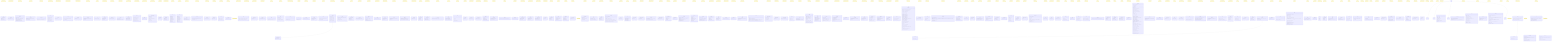
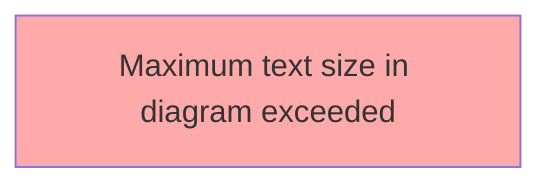
classDiagram
    class AppliedPresetTag {
        <<interface>>
        +name: string
        +orbitButton: ButtonToken
        +panButton: ButtonToken
    }
    note for AppliedPresetTag "src/render/cameraControls.ts"
    class ArchiveActions {
        <<interface>>
        +readonly canResume: boolean
        +readonly canReview: boolean
    }
    note for ArchiveActions "src/ui/widgets/archiveModel.ts"
    class ArchiveDeps {
        <<interface>>
        +readonly doc: Document
        +listArchive(): Promise~readonly ArchiveListing[]~
        +popScope(): void
        +pushScope(scope: ArchiveScope): void
        +registerOpenArchive(open: () =~ void): void
        +resumeArchived(id: string): Promise~void~
        +reviewArchived(id: string): Promise~void~
    }
    note for ArchiveDeps "src/ui/widgets/archive.ts"
    class ArchivedMeta {
        <<interface>>
        +readonly players: Readonly~Record~string, string~~
        +readonly result: string
        +readonly startedAt: number
    }
    note for ArchivedMeta "src/persist/archive.ts"
    class ArchiveInspect {
        <<interface>>
        +getEndState(): EndState
        +listArchive(): Promise~readonly ArchiveListing[]~
    }
    note for ArchiveInspect "src/debug/window.ts"
    class ArchiveItem {
        <<interface>>
        +readonly canResume: boolean
        +readonly canReview: boolean
        +readonly conflicted: boolean
        +readonly headHash: string
        +readonly id: string
        +readonly playersLabel: string
        +readonly result: string
        +readonly startedAt: number
    }
    note for ArchiveItem "src/ui/widgets/archiveModel.ts"
    class ArchiveListing {
        <<interface>>
        +readonly id: string
        +readonly meta: ArchiveListingMeta
    }
    note for ArchiveListing "src/ui/widgets/archiveModel.ts"
    class ArchiveListingMeta {
        <<interface>>
        +readonly headHash: string
        +readonly players: Readonly~Record~string, string~~
        +readonly result: string
        +readonly startedAt: number
    }
    note for ArchiveListingMeta "src/ui/widgets/archiveModel.ts"
    class ArchiveModel {
        <<interface>>
        +readonly isEmpty: boolean
        +readonly items: readonly ArchiveItem[]
    }
    note for ArchiveModel "src/ui/widgets/archiveModel.ts"
    class ArchiveScope {
        <<interface>>
        +readonly bindings: Readonly~Record~string, string~~
        +readonly blocking: true
        +readonly id: string
    }
    note for ArchiveScope "src/ui/widgets/archive.ts"
    class Axis {
        <<interface>>
        +readonly category: LineCategory
        +readonly vec: Coord
    }
    note for Axis "src/core/axes.ts"
    class BannerButton {
        <<interface>>
        +readonly commandId: string
        +readonly enabled: boolean
        +readonly label: string
    }
    note for BannerButton "src/ui/widgets/bannerModel.ts"
    class BannerContext {
        <<interface>>
        +readonly history: BannerHistory
        +readonly offTurnBlocks: number
+         +readonly undoRedoPrompt: UndoRedoPrompt
    }
    note for BannerContext "src/ui/widgets/banner.ts"
    class BannerDeps {
        <<interface>>
        +readonly doc: Document
        +dispatch(commandId: string): boolean
+         +respondUndoRedo(accepted: boolean): boolean
    }
    note for BannerDeps "src/ui/widgets/banner.ts"
    class BannerHistory {
        <<interface>>
        +readonly canRedo: boolean
        +readonly canReset: boolean
        +readonly canUndo: boolean
    }
    note for BannerHistory "src/ui/widgets/bannerModel.ts"
    class BannerModel {
        <<interface>>
        +readonly blackCaptures: number
        +readonly blackCapturesLabel: string
        +readonly buttons: readonly BannerButton[]
        +readonly capturesSeparator: string
        +readonly player: Player
        +readonly status: 'turn' | 'winner'
        +readonly whiteCaptures: number
        +readonly whiteCapturesLabel: string
    }
    note for BannerModel "src/ui/widgets/bannerModel.ts"
    class BoardConfig {
        <<interface>>
        +readonly size: number
    }
    note for BoardConfig "src/ui/widgets/settingsModel.ts"
    class CameraPresetReadout {
        <<interface>>
        +maxDistance: number
        +minDistance: number
        +mouseButtons: Object
        +name: string
        +orbitButton: 'LEFT' | 'MIDDLE' | 'RIGHT'
        +panButton: 'LEFT' | 'MIDDLE' | 'RIGHT'
        +panSpeed: number
        +rotateSpeed: number
        +zoomSpeed: number
        +zoomToCursor: boolean
    }
    note for CameraPresetReadout "src/render/cameraControls.ts"
    class CameraReadout {
        <<interface>>
        +position: Object
        +target: Object
    }
    note for CameraReadout "src/render/scene.ts"
    class ColorFieldModel {
        <<interface>>
        +readonly key: string
        +readonly label: string
        +readonly value: string
    }
    note for ColorFieldModel "src/ui/widgets/settingsModel.ts"
    class ColorsPreview {
        <<interface>>
        +background: string
        +blackPiece: string
        +emptySphere: string
        +hoverHighlight: string
        +lineFaceDiagonal: string
        +lineOpacity: number
        +lineOrthogonal: string
        +lineSpaceDiagonal: string
        +tempPiece: string
        +whitePiece: string
        +winningLine: string
    }
    note for ColorsPreview "src/render/scene.ts"
    class ColorsReadout {
        <<interface>>
        +background: string
        +blackPiece: string
        +emptySphere: string
        +hoverHighlight: string
        +lineFaceDiagonal: string
        +lineOpacity: number
        +lineOrthogonal: string
        +lineSpaceDiagonal: string
        +tempPiece: string
        +whitePiece: string
        +winningLine: string
    }
    note for ColorsReadout "src/render/scene.ts"
    class Command {
        <<interface>>
        +readonly id: CommandId
        +run(ctx: CommandContext): void
    }
    note for Command "src/input/commands.ts"
    class CommandRegistry {
        <<interface>>
        +dispatch(id: CommandId, ctx: CommandContext): boolean
        +get(id: CommandId): Command | undefined
        +has(id: CommandId): boolean
        +ids(): CommandId[]
    }
    note for CommandRegistry "src/input/commands.ts"
    class ConfirmResult {
        <<interface>>
        +readonly commit: Coord | null
        +readonly next: TempPlacement
    }
    note for ConfirmResult "src/input/placement.ts"
    class ConflictedGame {
        <<interface>>
        +readonly mine: Game
        +readonly theirs: Game
    }
    note for ConflictedGame "src/persist/archive.ts"
    class ConflictedRecord {
        <<interface>>
        +readonly forks: Object
        +readonly size: number
    }
    note for ConflictedRecord "src/persist/archive.ts"
    class ConflictInput {
        <<interface>>
        +readonly meta: ArchivedMeta
        +readonly mineLog: EventLog
        +readonly size: number
        +readonly theirsLog: EventLog
    }
    note for ConflictInput "src/persist/archive.ts"
    class ConnectOptions {
        <<interface>>
        +readonly password: string
    }
    note for ConnectOptions "src/net/transport.ts"
    class ControlPreset {
        <<interface>>
        +readonly invertY: boolean
        +readonly maxDistance: number
        +readonly minDistance: number
        +readonly orbit: Gesture
        +readonly orbitSpeed: number
        +readonly pan: Gesture
        +readonly panSpeed: number
        +readonly zoom: Gesture
        +readonly zoomSpeed: number
        +readonly zoomToCursor: boolean
    }
    note for ControlPreset "src/render/cameraPresets.ts"
    class ControlsConfig {
        <<interface>>
        +readonly preset: string
        +readonly presets: Readonly~Record~string, ControlPreset~~
    }
    note for ControlsConfig "src/render/cameraPresets.ts"
    class ControlsConfig {
        <<interface>>
        +readonly preset: string
        +readonly presets: Readonly~Record~string, unknown~~
    }
    note for ControlsConfig "src/ui/widgets/settingsModel.ts"
    class DragGuardConfig {
        <<interface>>
        +readonly enabled: boolean
        +readonly thresholdPx: number
    }
    note for DragGuardConfig "src/input/pointerGesture.ts"
    class EditableProbe {
        <<interface>>
        +readonly isContentEditable: boolean
        +readonly tagName: string
    }
    note for EditableProbe "src/input/keybindings.ts"
    class Emitter {
        <<interface>>
        +emit(payload: T): void
        +subscribe(fn: (payload: T) =~ void): () =~ void
    }
    note for Emitter "src/util/emitter.ts"
    class EndState {
        <<interface>>
        +readonly iWon: boolean
+         +readonly rematchPrompt: string | null
        +readonly rematchUi: RematchUi
        +readonly resultText: string
        +readonly show: boolean
        +readonly winReason: WinReason | null
        +readonly winner: Player | null
    }
    note for EndState "src/net/endState.ts"
    class EndStateOverlayDeps {
        <<interface>>
        +readonly doc: Document
        +getEndState(): EndState
        +proposeRematch(): boolean
        +respondRematch(accepted: boolean): boolean
    }
    note for EndStateOverlayDeps "src/ui/widgets/endStateOverlay.ts"
    class Entry {
        <<interface>>
        +fn: (payload: T) =~ void
    }
    note for Entry "src/util/emitter.ts"
    class EventLog {
        <<interface>>
        +readonly entries: readonly LogEntry[]
    }
    note for EventLog "src/core/eventLog.ts"
    class GameExport {
        <<interface>>
        +readonly log: readonly Event[]
        +readonly settings: GameSettings
        +readonly size: number
    }
    note for GameExport "src/core/serialize.ts"
    class GameMeta {
        <<interface>>
        +readonly headHash: string
        +readonly players: Readonly~Record~string, string~~
        +readonly result: string
        +readonly startedAt: number
    }
    note for GameMeta "src/persist/db.ts"
    class GameRecord {
        <<interface>>
        +readonly id: string
        +readonly log: readonly Readonly~Record~string, unknown~~[]
        +readonly meta: GameMeta
    }
    note for GameRecord "src/persist/db.ts"
    class GameState {
        <<interface>>
        +readonly captures: Readonly~Record~Player, number~~
        +readonly pieces: Readonly~Record~NodeKey, Player~~
        +readonly size: number
        +readonly turn: Player
        +readonly winner: Player | null
        +readonly winningLine: readonly NodeKey[]
    }
    note for GameState "src/core/gameState.ts"
    class GenerateLineResult {
        <<interface>>
        +readonly line: Line
        +readonly ok: boolean
        +readonly warning: string
    }
    note for GenerateLineResult "src/core/lines.ts"
    class HandshakeState {
        <<interface>>
        +readonly pending: PendingProposal | null
        +readonly resolution: Resolution | null
    }
    note for HandshakeState "src/net/handshake.ts"
    class HelpDeps {
        <<interface>>
        +readonly doc: Document
        +getHelpSources(): HelpSources
        +popScope(): void
        +pushScope(scope: HelpScope): void
        +registerOpenHelp(open: () =~ void): void
    }
    note for HelpDeps "src/ui/widgets/help.ts"
    class HelpModel {
        <<interface>>
        +readonly rows: readonly HelpRow[]
    }
    note for HelpModel "src/ui/widgets/helpModel.ts"
    class HelpRow {
        <<interface>>
        +readonly commandId: string
        +readonly keys: readonly string[]
        +readonly label: string
    }
    note for HelpRow "src/ui/widgets/helpModel.ts"
    class HelpScope {
        <<interface>>
        +readonly bindings: Readonly~Record~string, string~~
        +readonly blocking: true
        +readonly id: string
    }
    note for HelpScope "src/ui/widgets/help.ts"
    class HelpSources {
        <<interface>>
        +readonly bindings: Readonly~Record~string, string~~
        +readonly commandIds: readonly string[]
        +readonly labels: Readonly~Record~string, string~~
    }
    note for HelpSources "src/ui/widgets/helpModel.ts"
    class HistoryFacts {
        <<interface>>
        +readonly maxPly: number
        +readonly viewedPly: number
    }
    note for HistoryFacts "src/ui/widgets/sliderModel.ts"
    class HistoryReadout {
        <<interface>>
        +maxPly: number
        +scrubbing: boolean
        +viewedPly: number
    }
    note for HistoryReadout "src/render/scene.ts"
    class HistorySliderDeps {
        <<interface>>
        +readonly doc: Document
        +getHistory(): HistoryFacts
        +scrubTo(k: number): void
    }
    note for HistorySliderDeps "src/ui/widgets/historySlider.ts"
    class HoverLookup {
        <<interface>>
        +readonly byId: ReadonlyMap~LineId, LineRef~
        +readonly linesThrough: ReadonlyMap~NodeKey, readonly LineRef[]~
    }
    note for HoverLookup "src/render/hover.ts"
    class HoverTarget {
        <<interface>>
        +readonly lines: readonly LineId[]
        +readonly nodes: readonly NodeKey[]
        +readonly pieces: readonly NodeKey[]
    }
    note for HoverTarget "src/render/hover.ts"
    class InputHandle {
        <<interface>>
        +readonly registry: CommandRegistry
        +dispatch(id: string): boolean
        +dispose(): void
        +handleChord(chord: string): KeyResolution
        +pop(): void
        +push(scope: Scope): void
        +readout(): InputReadout
        +stack(): ScopeStack
    }
    note for InputHandle "src/input/setup.ts"
    class InputReadout {
        <<interface>>
        +commands: string[]
        +scopes: string[]
    }
    note for InputReadout "src/input/setup.ts"
    class InstanceRange {
        <<interface>>
        +readonly count: number
        +readonly start: number
    }
    note for InstanceRange "src/render/linesLayout.ts"
    class KeybindingRow {
        <<interface>>
        +readonly commandId: string
        +readonly key: string
    }
    note for KeybindingRow "src/ui/widgets/settingsModel.ts"
    class KeyChordEvent {
        <<interface>>
        +readonly altKey: boolean
        +readonly ctrlKey: boolean
        +readonly key: string
        +readonly metaKey: boolean
        +readonly shiftKey: boolean
    }
    note for KeyChordEvent "src/input/keybindings.ts"
    class KeyResolution {
        <<interface>>
        +readonly commandId: CommandId | null
        +readonly handled: boolean
        +readonly scopeId: string | null
    }
    note for KeyResolution "src/input/scopes.ts"
    class LayoutConfig {
        <<interface>>
        +readonly widgets: Readonly~Record~string, WidgetPlacement~~
    }
    note for LayoutConfig "src/ui/layout.ts"
    class LayoutReadout {
        <<interface>>
        +zones: Record~string, string[]~
    }
    note for LayoutReadout "src/ui/container.ts"
    class LifecycleObservation {
        <<interface>>
        +readonly generation: number
        +readonly hasWinner: boolean
        +readonly ply: number
    }
    note for LifecycleObservation "src/persist/gameLifecycle.ts"
    class LifecycleState {
        <<interface>>
        +readonly finalized: boolean
        +readonly generation: number
        +readonly ply: number
    }
    note for LifecycleState "src/persist/gameLifecycle.ts"
    class LifecycleTransition {
        <<interface>>
        +readonly finalizeCurrent: boolean
        +readonly mintFresh: boolean
        +readonly next: LifecycleState
    }
    note for LifecycleTransition "src/persist/gameLifecycle.ts"
    class LightingConfig {
        <<interface>>
        +ambient: Object
        +directional: Object
    }
    note for LightingConfig "src/render/sceneConfig.ts"
    class LightingReadout {
        <<interface>>
        +ambient: Object
        +background: number
        +directional: Object
    }
    note for LightingReadout "src/render/scene.ts"
    class Line {
        <<interface>>
        +readonly axisIndex: number
        +readonly category: LineCategory
        +readonly entryNode: Coord
        +readonly id: LineId
        +readonly nodes: Coord[]
    }
    note for Line "src/core/lines.ts"
    class LineColorsConfig {
        <<interface>>
        +hoverHighlight: string
        +lineFaceDiagonal: string
        +lineOpacity: number
        +lineOrthogonal: string
        +lineSpaceDiagonal: string
    }
    note for LineColorsConfig "src/render/lines.ts"
    class LineGeometryConfig {
        <<interface>>
        +lineThickness: number
        +spacing: number
    }
    note for LineGeometryConfig "src/render/lines.ts"
    class LineGroup {
        <<interface>>
        +readonly lines: readonly Line[]
        +readonly rangeOf: ReadonlyMap~LineId, InstanceRange~
        +readonly segmentCount: number
        +readonly segments: readonly LineSegment[]
    }
    note for LineGroup "src/render/linesLayout.ts"
    class LineGroupReadout {
        <<interface>>
        +blending: BlendMode
        +category: LineCategory
        +highlightedSegmentCount: number
        +lineCount: number
        +segmentCount: number
        +visible: boolean
    }
    note for LineGroupReadout "src/render/lines.ts"
    class LineRef {
        <<interface>>
        +readonly category: LineCategory
        +readonly id: LineId
        +readonly nodeKeys: readonly NodeKey[]
    }
    note for LineRef "src/render/hover.ts"
    class LineSegment {
        <<interface>>
        +readonly a: Coord
        +readonly b: Coord
        +readonly lineId: LineId
    }
    note for LineSegment "src/render/linesLayout.ts"
    class LinesHandle {
        <<interface>>
        +readonly object: THREE.Group
        +dispose(): void
        +getVisibleLines(): LineGroupReadout[]
        +highlight(lineIds: readonly LineId[]): void
        +pickables(): Object[]
        +rangeOf(category: LineCategory, lineId: LineId): Object | null
        +setBaseColor(category: LineCategory, hex: string): string
        +setBlending(category: LineCategory, mode: BlendMode): BlendMode
        +setOpacity(opacity: number): number
        +setVisible(category: LineCategory, visible: boolean): void
    }
    note for LinesHandle "src/render/lines.ts"
    class LogEntry {
        <<interface>>
        +readonly event: Event
        +readonly hash: string
    }
    note for LogEntry "src/core/eventLog.ts"
    class Logger {
        <<interface>>
        +debug(args: unknown[]): void
        +error(args: unknown[]): void
        +info(args: unknown[]): void
        +trace(args: unknown[]): void
        +warn(args: unknown[]): void
    }
    note for Logger "src/debug/log.ts"
    class MarkerColorsConfig {
        <<interface>>
        +emptySphere: string
        +hoverHighlight: string
    }
    note for MarkerColorsConfig "src/render/markers.ts"
    class MarkerGeometryConfig {
        <<interface>>
        +markerRadius: number
        +sphereSegments: Object
    }
    note for MarkerGeometryConfig "src/render/markers.ts"
    class MarkerIndex {
        <<interface>>
        +readonly count: number
        +readonly instanceIdOf: ReadonlyMap~NodeKey, number~
        +readonly nodeOfInstance: readonly NodeKey[]
    }
    note for MarkerIndex "src/render/markersLayout.ts"
    class MarkerMaterialsConfig {
        <<interface>>
        +markerDepthWrite: boolean
        +markerOpacity: number
    }
    note for MarkerMaterialsConfig "src/render/markers.ts"
    class MarkerNodeReadout {
        <<interface>>
        +highlighted: boolean
        +instanceColorHex: string
        +instanceId: number
        +node: NodeKey
        +visible: boolean
    }
    note for MarkerNodeReadout "src/render/markers.ts"
    class MarkerRenderingConfig {
        <<interface>>
        +marker: Object
    }
    note for MarkerRenderingConfig "src/render/markers.ts"
    class MarkersHandle {
        <<interface>>
        +readonly object: THREE.Group
        +dispose(): void
        +getMarkers(query: readonly NodeKey[]): MarkersReadout
        +highlight(nodes: readonly NodeKey[]): void
        +setColor(hex: string): string
        +setMaterial(params: Object): void
        +sync(state: GameState): void
    }
    note for MarkersHandle "src/render/markers.ts"
    class MarkersReadout {
        <<interface>>
        +baseColorHex: string
        +count: number
        +highlightedCount: number
        +materialEmissiveIntensity: number
        +metalness: number
        +nodes: MarkerNodeReadout[]
        +opacity: number
        +roughness: number
        +visibleCount: number
    }
    note for MarkersReadout "src/render/markers.ts"
    class MenuDeps {
        <<interface>>
        +readonly doc: Document
        +readonly entries: readonly MenuEntrySpec[]
        +dispatch(commandId: string): boolean
        +popScope(): void
        +pushScope(scope: MenuScope): void
    }
    note for MenuDeps "src/ui/widgets/menu.ts"
    class MenuEntrySpec {
        <<interface>>
        +readonly commandId: string
        +readonly id: string
        +readonly label: string
        +readonly order: number
        +readonly visible: boolean
    }
    note for MenuEntrySpec "src/ui/widgets/menuModel.ts"
    class MenuItem {
        <<interface>>
        +readonly commandId: string
        +readonly id: string
        +readonly label: string
    }
    note for MenuItem "src/ui/widgets/menuModel.ts"
    class MenuModel {
        <<interface>>
        +readonly items: readonly MenuItem[]
    }
    note for MenuModel "src/ui/widgets/menuModel.ts"
    class MenuOpenState {
        <<interface>>
        +readonly open: boolean
    }
    note for MenuOpenState "src/ui/widgets/menuModel.ts"
    class MenuScope {
        <<interface>>
        +readonly bindings: Readonly~Record~string, string~~
        +readonly blocking: boolean
        +readonly id: string
    }
    note for MenuScope "src/ui/widgets/menu.ts"
    class MqttClientLike {
        <<interface>>
        +end(): this
        +on(event: 'connect', cb: () =~ void): this
        +on(event: 'error', cb: (err: Error) =~ void): this
        +on(event: 'message', cb: (topic: string, payload: Uint8Array, packet: Object) =~ void): this
        +on(event: string, cb: (...args: never[]) =~ void): this
        +publish(topic: string, payload: string, opts: MqttPublishOptions, cb: () =~ void): this
        +subscribe(topics: string[], cb: (err: Error | null) =~ void): this
    }
    note for MqttClientLike "src/net/mqttTransport.ts"
    class MqttConnectOptions {
        <<interface>>
        +readonly clientId: string
        +readonly connectTimeout: number
        +readonly password: string
        +readonly reconnectPeriod: number
        +readonly username: string
        +readonly will: MqttWill
    }
    note for MqttConnectOptions "src/net/mqttTransport.ts"
    class MqttPublishOptions {
        <<interface>>
        +readonly qos: 0 | 1 | 2
        +readonly retain: boolean
    }
    note for MqttPublishOptions "src/net/mqttTransport.ts"
    class MqttTransportDeps {
        <<interface>>
        +readonly connect: MqttConnectFn
        +readonly peerId: string
    }
    note for MqttTransportDeps "src/net/mqttTransport.ts"
    class MqttWill {
        <<interface>>
        +readonly payload: string
        +readonly qos: 0 | 1 | 2
        +readonly retain: boolean
        +readonly topic: string
    }
    note for MqttWill "src/net/mqttTransport.ts"
    class NetDeps {
        <<interface>>
        +readonly doc: Document
        +copyToClipboard(text: string): Promise~void~
        +getNet(): NetSessionState
    }
    note for NetDeps "src/ui/widgets/net.ts"
    class NetHooks {
        <<interface>>
        +canPlace(): boolean
        +getHandshake(): HandshakeState
        +getNet(): NetSessionState
        +getNetGameState(): GameState | null
        +getNetHeadHash(): string | null
+         +getNetUndoRedoAvail(): Object
+         +getUndoRedoPrompt(): UndoRedoPrompt
        +host(): void
        +join(): void
        +leaveNet(): void
        +place(coords: Coord): GameState
        +propose(action: string): boolean
        +respond(accepted: boolean): boolean
        +resync(): void
        +setPendingJoinCode(code: string): void
    }
    note for NetHooks "src/render/scene.ts"
    class NetModel {
        <<interface>>
        +readonly code: string | null
        +readonly conflict: boolean
        +readonly conflictText: string | null
        +readonly joinErrorText: string | null
        +readonly panel: NetPanel
        +readonly seatText: string | null
        +readonly statusText: string
    }
    note for NetModel "src/ui/widgets/netModel.ts"
    class NetPanelDeps {
        <<interface>>
        +readonly doc: Document
        +dispatch(commandId: string): boolean
        +popScope(): void
        +pushScope(scope: NetPanelScope): void
        +registerOpenNetwork(open: () =~ void): void
        +setPendingJoinCode(code: string): void
    }
    note for NetPanelDeps "src/ui/widgets/netPanel.ts"
    class NetPanelModel {
        <<interface>>
        +readonly canonicalCode: string | null
        +readonly codeError: string | null
        +readonly codeValid: boolean
        +readonly effectiveCode: string
        +readonly placeholder: string
        +readonly recentRows: readonly NetPanelRecentRow[]
        +readonly text: string
    }
    note for NetPanelModel "src/ui/widgets/netPanelModel.ts"
    class NetPanelRecentRow {
        <<interface>>
        +readonly code: string
    }
    note for NetPanelRecentRow "src/ui/widgets/netPanelModel.ts"
    class NetPanelScope {
        <<interface>>
        +readonly bindings: Readonly~Record~string, string~~
        +readonly blocking: boolean
        +readonly id: string
    }
    note for NetPanelScope "src/ui/widgets/netPanel.ts"
    class NetPanelState {
        <<interface>>
        +readonly placeholder: string
        +readonly recent: readonly string[]
        +readonly text: string
    }
    note for NetPanelState "src/ui/widgets/netPanelModel.ts"
    class NetSessionDeps {
        <<interface>>
        +now: () =~ number
        +rand: () =~ number
        +readonly db: IDBDatabase
        +readonly playerId: string
        +readonly size: number
        +createTransport(): Transport
    }
    note for NetSessionDeps "src/net/session.ts"
    class NetSessionState {
        <<interface>>
        +readonly code: string | null
        +readonly joinError: JoinErrorReason | null
        +readonly peerPresent: boolean
        +readonly phase: NetPhase
        +readonly seat: NetSeat
    }
    note for NetSessionState "src/ui/widgets/netModel.ts"
    class OpacityFieldModel {
        <<interface>>
        +readonly key: string
        +readonly label: string
        +readonly value: number
    }
    note for OpacityFieldModel "src/ui/widgets/settingsModel.ts"
    class PendingProposal {
        <<interface>>
        +readonly action: string
        +readonly direction: ProposalDirection
        +readonly id: string
        +readonly proposedBy: Player
    }
    note for PendingProposal "src/net/handshake.ts"
    class PenteInspect {
        <<interface>>
        +applyConfig(section: ConfigSection): void
        +clickAt(ndcX: number, ndcY: number): GameState | null
        +dispatch(id: string): boolean | null
        +getArchive(): Promise~readonly ArchiveListing[]~
        +getBannerContext(): BannerContext | null
        +getCamera(): CameraReadout | null
        +getCameraPreset(): CameraPresetReadout | null
        +getColors(): ColorsReadout | null
        +getEndState(): EndState
        +getHandshake(): HandshakeState
        +getHeadHash(): string | null
        +getHelpSources(): HelpSources | null
        +getHistory(): HistoryReadout | null
        +getHoverTarget(): HoverTarget | null
        +getInput(): InputReadout | null
        +getInteraction(): DragGuardConfig | null
        +getLayout(): LayoutReadout | null
        +getLighting(): LightingReadout | null
        +getMarkers(query: readonly string[]): MarkersReadout | null
        +getNet(): NetSessionState | null
        +getPieces(): PieceReadout[] | null
        +getState(): GameState | null
        +getTemp(): TempReadout | null
        +getTurnGate(): TurnGateReadout | null
+         +getUndoRedoPrompt(): UndoRedoPrompt
        +getViewportSize(): ViewportReadout | null
        +getVisibleLines(): LineGroupReadout[] | null
        +getWinLine(): WinLineReadout | null
        +hoverAt(ndcX: number, ndcY: number): HoverTarget | null
        +leaveNet(): void
        +pickAt(ndcX: number, ndcY: number): RaycastHit | null
        +place(coords: Coord): GameState | null
        +pressKey(chord: string): KeyResolution | null
        +propose(action: string): boolean
        +radiusOf(node: Coord): number | null
        +rayNodeDistances(ndcX: number, ndcY: number): Object[]
        +respond(accepted: boolean): boolean
        +resync(): void
        +scrubTo(k: number): void
        +setCamera(position: Object, target: Object): void
        +setConfig(section: ConfigSection, partial: Record~string, unknown~): void
        +setPendingJoinCode(code: string): void
    }
    note for PenteInspect "src/debug/window.ts"
    class PickableLineMesh {
        <<interface>>
        +readonly category: LineCategory
        +readonly mesh: THREE.Object3D
    }
    note for PickableLineMesh "src/render/picking.ts"
    class PickGeometryConfig {
        <<interface>>
        +markerRadius: number
        +pickPadding: number
        +pieceRadius: number
        +spacing: number
    }
    note for PickGeometryConfig "src/render/picking.ts"
    class PickingHandle {
        <<interface>>
        +readonly object: THREE.Group
        +dispose(): void
        +pickAt(ndcX: number, ndcY: number, camera: THREE.Camera, state: GameState, lineMeshes: readonly PickableLineMesh[]): RaycastHit | null
        +radiusOf(node: Coord): number | null
        +sync(state: GameState): void
        +worldOf(node: Coord): Object
    }
    note for PickingHandle "src/render/picking.ts"
    class PickRadiusInput {
        <<interface>>
        +readonly markerRadius: number
        +readonly occupied: boolean
        +readonly padding: number
        +readonly pieceRadius: number
        +readonly spacing: number
    }
    note for PickRadiusInput "src/render/pickRadius.ts"
    class PieceAdd {
        <<interface>>
        +readonly node: NodeKey
        +readonly owner: Player
    }
    note for PieceAdd "src/render/piecesDiff.ts"
    class PieceColorsConfig {
        <<interface>>
        +blackPiece: string
        +whitePiece: string
    }
    note for PieceColorsConfig "src/render/pieces.ts"
    class PieceDiff {
        <<interface>>
        +readonly adds: readonly PieceAdd[]
        +readonly recolors: readonly PieceRecolor[]
        +readonly removes: readonly NodeKey[]
    }
    note for PieceDiff "src/render/piecesDiff.ts"
    class PieceEntry {
        <<interface>>
        +fadeDir: -1 | 0 | 1
        +material: THREE.MeshStandardMaterial
        +mesh: THREE.Mesh
        +owner: Player
        +targetOpacity: number
    }
    note for PieceEntry "src/render/pieces.ts"
    class PieceGeometryConfig {
        <<interface>>
        +pieceRadius: number
        +spacing: number
        +sphereSegments: Object
    }
    note for PieceGeometryConfig "src/render/pieces.ts"
    class PieceMaterialsConfig {
        <<interface>>
        +pieceOpacity: number
    }
    note for PieceMaterialsConfig "src/render/pieces.ts"
    class PieceReadout {
        <<interface>>
        +emissiveIntensity: number
        +fadingOut: boolean
        +metalness: number
        +node: NodeKey
        +opacity: number
        +owner: Player
        +position: Object
        +roughness: number
    }
    note for PieceReadout "src/render/pieces.ts"
    class PieceRecolor {
        <<interface>>
        +readonly from: Player
        +readonly node: NodeKey
        +readonly to: Player
    }
    note for PieceRecolor "src/render/piecesDiff.ts"
    class PieceRenderingConfig {
        <<interface>>
        +piece: Object
        +pieceFadeMs: number
    }
    note for PieceRenderingConfig "src/render/pieces.ts"
    class PiecesHandle {
        <<interface>>
        +readonly object: THREE.Group
        +count(): number
        +dispose(): void
        +getColors(): Object
        +getPieces(): PieceReadout[]
        +highlight(nodes: readonly NodeKey[], color: string, boost: number): void
        +setColors(next: Object): Object
        +setMaterial(params: Object): void
        +sync(state: GameState): void
        +tick(deltaMs: number): void
    }
    note for PiecesHandle "src/render/pieces.ts"
    class PlaceEvent {
        <<interface>>
        +readonly node: NodeKey
        +readonly type: 'place'
    }
    note for PlaceEvent "src/core/eventLog.ts"
    class PointerPos {
        <<interface>>
        +readonly x: number
        +readonly y: number
    }
    note for PointerPos "src/input/pointerGesture.ts"
    class PresenceSignal {
        <<interface>>
        +readonly kind: PresenceKind
        +readonly peerId: string
    }
    note for PresenceSignal "src/net/presence.ts"
    class ProposalMessage {
        <<interface>>
        +readonly action: string
        +readonly id: string
        +readonly kind: 'proposal'
        +readonly proposedBy: Player
    }
    note for ProposalMessage "src/net/sync.ts"
    class RedoEvent {
        <<interface>>
        +readonly type: 'redo'
    }
    note for RedoEvent "src/core/eventLog.ts"
    class RelayConfig {
        <<interface>>
        +readonly password: string
        +readonly topicRoot: string
        +readonly username: string
        +readonly wssUrl: string
    }
    note for RelayConfig "src/config/config.ts"
    class Resolution {
        <<interface>>
        +readonly action: string
        +readonly direction: ProposalDirection
        +readonly id: string
        +readonly outcome: ResolutionOutcome
    }
    note for Resolution "src/net/handshake.ts"
    class ResolvedCameraPreset {
        <<interface>>
        +readonly name: string
    }
    note for ResolvedCameraPreset "src/render/cameraPresets.ts"
    class ResolvedLayout {
        <<interface>>
        +readonly zones: Readonly~Record~string, readonly ResolvedWidget[]~~
    }
    note for ResolvedLayout "src/ui/layout.ts"
    class ResolvedLineGroup {
        <<interface>>
        +readonly blending: BlendMode
        +readonly visible: boolean
    }
    note for ResolvedLineGroup "src/render/linesLayout.ts"
    class ResolvedSceneConfig {
        <<interface>>
        +ambient: Object
        +background: number
        +directional: Object
    }
    note for ResolvedSceneConfig "src/render/sceneConfig.ts"
    class ResolvedWidget {
        <<interface>>
        +readonly id: string
        +readonly offset: Object
        +readonly order: number
    }
    note for ResolvedWidget "src/ui/layout.ts"
    class ResponseMessage {
        <<interface>>
        +readonly accepted: boolean
        +readonly kind: 'response'
        +readonly proposalId: string
    }
    note for ResponseMessage "src/net/sync.ts"
    class SceneColorsConfig {
        <<interface>>
        +background: string
    }
    note for SceneColorsConfig "src/render/sceneConfig.ts"
    class SceneHandle {
        <<interface>>
        +camera: THREE.PerspectiveCamera
        +controls: OrbitControls
        +renderer: THREE.WebGLRenderer
        +scene: THREE.Scene
        +adoptNetState(): void
        +applyColors(preview: ColorsPreview): ColorsReadout
        +applyConfig(section: ConfigSection): void
        +clickAt(ndcX: number, ndcY: number): GameState | null
        +dispatch(id: string): boolean
        +dispose(): void
        +getBannerContext(): BannerContext
        +getCamera(): CameraReadout
        +getCameraPreset(): CameraPresetReadout
        +getColors(): ColorsReadout
        +getGame(): Game
        +getHandshake(): HandshakeState
        +getHeadHash(): string
        +getHelpSources(): HelpSources
        +getHistory(): HistoryReadout
        +getHoverTarget(): HoverTarget | null
        +getInput(): InputReadout
        +getInteraction(): DragGuardConfig
        +getLighting(): LightingReadout
        +getMarkers(query: readonly string[]): MarkersReadout
        +getNet(): NetSessionState
        +getPieces(): PieceReadout[]
        +getState(): GameState
        +getTemp(): TempReadout
        +getTurnGate(): TurnGateReadout
+         +getUndoRedoPrompt(): UndoRedoPrompt
        +getViewportSize(): ViewportReadout
        +getVisibleLines(): LineGroupReadout[]
        +getWinLine(): WinLineReadout
        +hoverAt(ndcX: number, ndcY: number): HoverTarget | null
        +leaveNet(): void
        +loadGame(loaded: Game): void
        +onNewGame(listener: () =~ void): () =~ void
        +onStateChange(listener: () =~ void): () =~ void
        +pickAt(ndcX: number, ndcY: number): RaycastHit | null
        +pickRadiusOf(node: Coord): number | null
        +place(coords: Coord): GameState
        +popScope(): void
        +pressKey(chord: string): KeyResolution
        +propose(action: string): boolean
        +pushScope(scope: Scope): void
        +rayNodeDistances(ndcX: number, ndcY: number): Object[]
        +respond(accepted: boolean): boolean
        +resync(): void
        +scrubTo(k: number): void
        +setCamera(position: Object, target: Object): void
        +setNetHooks(hooks: NetHooks): void
        +setOpenArchive(open: () =~ void): void
        +setOpenHelp(open: () =~ void): void
        +setOpenNetwork(open: () =~ void): void
        +setOpenSettings(open: () =~ void): void
        +setPendingJoinCode(code: string): void
    }
    note for SceneHandle "src/render/scene.ts"
    class Scope {
        <<interface>>
        +readonly bindings: Readonly~Record~string, CommandId~~
        +readonly blocking: boolean
        +readonly id: string
    }
    note for Scope "src/input/scopes.ts"
    class ScopeStack {
        <<interface>>
        +readonly scopes: readonly Scope[]
    }
    note for ScopeStack "src/input/scopes.ts"
    class ScrubResolution {
        <<interface>>
        +readonly atLive: boolean
        +readonly viewedPly: number
    }
    note for ScrubResolution "src/ui/widgets/sliderModel.ts"
    class SeatMap {
        <<interface>>
        +readonly black: string | null
        +readonly white: string | null
    }
    note for SeatMap "src/net/seats.ts"
    class SelectOption {
        <<interface>>
        +readonly selected: boolean
        +readonly value: T
    }
    note for SelectOption "src/ui/widgets/settingsModel.ts"
    class SettingsDeps {
        <<interface>>
        +readonly doc: Document
        +popScope(): void
        +pushScope(scope: SettingsScope): void
        +registerOpener(open: () =~ void): void
    }
    note for SettingsDeps "src/ui/widgets/settings.ts"
    class SettingsModel {
        <<interface>>
        +readonly boardSizeOptions: readonly SelectOption~number~[]
        +readonly colorFields: readonly ColorFieldModel[]
        +readonly keybindingRows: readonly KeybindingRow[]
        +readonly opacityField: OpacityFieldModel
        +readonly presetOptions: readonly SelectOption~string~[]
    }
    note for SettingsModel "src/ui/widgets/settingsModel.ts"
    class SettingsScope {
        <<interface>>
        +readonly bindings: Readonly~Record~string, string~~
        +readonly blocking: boolean
        +readonly id: string
    }
    note for SettingsScope "src/ui/widgets/settings.ts"
    class SettingsSources {
        <<interface>>
        +readonly board: BoardConfig
        +readonly colors: ColorsConfig
        +readonly controls: ControlsConfig
        +readonly keybindings: KeybindingsConfig
    }
    note for SettingsSources "src/ui/widgets/settingsModel.ts"
    class SliderModel {
        <<interface>>
        +readonly atLive: boolean
        +readonly enabled: boolean
        +readonly label: string
        +readonly max: number
        +readonly min: number
        +readonly value: number
    }
    note for SliderModel "src/ui/widgets/sliderModel.ts"
    class SyncMessage {
        <<interface>>
        +readonly epoch: number
        +readonly headHash: string
        +readonly log: readonly Event[]
        +readonly version: number
    }
    note for SyncMessage "src/net/sync.ts"
    class TempPlacement {
        <<interface>>
        +readonly active: boolean
        +readonly preview: NodeKey | null
    }
    note for TempPlacement "src/input/placement.ts"
    class TempReadout {
        <<interface>>
        +active: boolean
        +preview: string | null
        +previewOpacity: number
    }
    note for TempReadout "src/render/scene.ts"
    class Transport {
        <<interface>>
        +connect(roomCode: string, opts: ConnectOptions): Promise~void~
        +disconnect(): void
        +onMessage(cb: MessageHandler): void
        +onPresence(cb: PresenceHandler): void
        +publish(msg: TransportMessage): void
    }
    note for Transport "src/net/transport.ts"
    class TurnGateReadout {
        <<interface>>
        +offTurnBlocks: number
    }
    note for TurnGateReadout "src/render/scene.ts"
    class UiContainerHandle {
        <<interface>>
        +readonly root: HTMLElement
        +dispose(): void
        +getLayout(): LayoutReadout
        +update(state: unknown, config: unknown): void
    }
    note for UiContainerHandle "src/ui/container.ts"
    class UiDeps {
        <<interface>>
        +copyToClipboard(text: string): Promise~void~
        +dispatch(commandId: string): boolean
        +getEndState(): EndState
        +getHelpSources(): HelpSources
        +getHistory(): HistoryFacts
        +getNet(): NetSessionState
        +listArchive(): Promise~readonly ArchiveListing[]~
        +popScope(): void
        +proposeRematch(): boolean
        +pushScope(scope: MenuScope | SettingsScope | HelpScope | ArchiveScope | NetPanelScope): void
        +registerOpenArchive(open: () =~ void): void
        +registerOpenHelp(open: () =~ void): void
        +registerOpenNetwork(open: () =~ void): void
        +registerOpener(open: () =~ void): void
        +respondRematch(accepted: boolean): boolean
+         +respondUndoRedo(accepted: boolean): boolean
        +resumeArchived(id: string): Promise~void~
        +reviewArchived(id: string): Promise~void~
        +scrubTo(k: number): void
        +setPendingJoinCode(code: string): void
    }
    note for UiDeps "src/ui/setup.ts"
    class UiHandle {
        <<interface>>
        +readonly container: UiContainerHandle
        +getLayout(): LayoutReadout
    }
    note for UiHandle "src/ui/setup.ts"
    class UndoEvent {
        <<interface>>
        +readonly type: 'undo'
    }
    note for UndoEvent "src/core/eventLog.ts"
+     class UndoRedoPrompt {
+         <<interface>>
+         +readonly action: UndoRedoAction | null
+         +readonly promptText: string
+         +readonly show: boolean
+     }
+     note for UndoRedoPrompt "src/net/undoRedo.ts"
    class Vec3 {
        <<interface>>
        +x: number
        +y: number
        +z: number
    }
    note for Vec3 "src/render/sceneConfig.ts"
    class ViewportReadout {
        <<interface>>
        +aspect: number
        +height: number
        +width: number
    }
    note for ViewportReadout "src/render/scene.ts"
    class Widget {
        <<interface>>
        +readonly element: HTMLElement
        +dispose(): void
        +update(state: unknown, config: unknown): void
    }
    note for Widget "src/ui/registry.ts"
    class WidgetFactory {
        <<interface>>
        +readonly id: WidgetId
        +mount(deps: unknown): Widget
    }
    note for WidgetFactory "src/ui/registry.ts"
    class WidgetPlacement {
        <<interface>>
        +readonly offset: Object
        +readonly order: number
        +readonly visible: boolean
        +readonly zone: string
    }
    note for WidgetPlacement "src/ui/layout.ts"
    class WidgetRegistry {
        <<interface>>
        +get(id: WidgetId): WidgetFactory | undefined
        +has(id: WidgetId): boolean
        +ids(): WidgetId[]
        +knownIds(): Set~WidgetId~
    }
    note for WidgetRegistry "src/ui/registry.ts"
    class Window {
        <<interface>>
        +__pente: PenteInspect
    }
    note for Window "src/debug/window.ts"
    class Window {
        <<interface>>
        +__penteNetTransportFactory: () =~ Transport
    }
    note for Window "src/net/appSession.ts"
    class Window {
        <<interface>>
        +__penteDbName: string
    }
    note for Window "src/persist/db.ts"
    class WinLineColorsConfig {
        <<interface>>
        +winningLine: string
    }
    note for WinLineColorsConfig "src/render/winLine.ts"
    class WinLineGeometryConfig {
        <<interface>>
        +lineThickness: number
        +spacing: number
    }
    note for WinLineGeometryConfig "src/render/winLine.ts"
    class WinLineHandle {
        <<interface>>
        +readonly object: THREE.Group
        +dispose(): void
        +getWinLine(): WinLineReadout
        +setColor(hex: string): number
        +sync(state: GameState): void
    }
    note for WinLineHandle "src/render/winLine.ts"
    class WinLinePlan {
        <<interface>>
        +readonly nodes: readonly Coord[]
        +readonly segments: readonly WinSegment[]
    }
    note for WinLinePlan "src/render/winLineLayout.ts"
    class WinLineReadout {
        <<interface>>
        +color: number
        +nodes: string[]
        +opacity: number
        +segmentCount: number
        +visible: boolean
    }
    note for WinLineReadout "src/render/winLine.ts"
    class WinLineRenderingConfig {
        <<interface>>
        +winLineOpacity: number
        +winLineThickness: number
    }
    note for WinLineRenderingConfig "src/render/winLine.ts"
    class WinSegment {
        <<interface>>
        +readonly a: Coord
        +readonly b: Coord
    }
    note for WinSegment "src/render/winLineLayout.ts"
    class ArchiveError {
    }
    note for ArchiveError "src/persist/archive.ts"
    class ExportError {
    }
    note for ExportError "src/core/serialize.ts"
    class Game {
        +canRedo(): boolean
        +canUndo(): boolean
        +get log(): EventLog
        +place(coords: Coord): void
        +ply(): number
        +redo(): void
        +state(): GameState
        +stateAt(k: number): GameState
        +static fromLog(size: number, log: EventLog): Game
        +undo(): void
    }
    note for Game "src/core/game.ts"
    class IllegalMove {
    }
    note for IllegalMove "src/core/gameState.ts"
    class MockRelayHub {
        +join(room: string, peer: MockTransport): void
        +leave(room: string, peer: MockTransport): void
        +peerIds(room: string): string[]
        +publish(room: string, sender: MockTransport, msg: TransportMessage): void
    }
    note for MockRelayHub "src/net/transport.ts"
    class MockTransport {
        +readonly peerId: string
        +connect(roomCode: string, _opts: ConnectOptions): Promise~void~
        +deliver(msg: TransportMessage): void
        +disconnect(): void
        +onMessage(cb: MessageHandler): void
        +onPresence(cb: PresenceHandler): void
        +presenceChanged(peers: readonly string[]): void
        +publish(msg: TransportMessage): void
    }
    note for MockTransport "src/net/transport.ts"
    class MqttTransport {
        +readonly peerId: string
        +connect(roomCode: string, _opts: ConnectOptions): Promise~void~
        +disconnect(): void
        +onMessage(cb: MessageHandler): void
        +onPresence(cb: PresenceHandler): void
        +publish(msg: TransportMessage): void
    }
    note for MqttTransport "src/net/mqttTransport.ts"
    class NetSession {
+         +applyAcceptedUndoRedo(): boolean
        +canPlace(): boolean
        +disconnect(): void
        +gameState(): GameState | null
        +getHandshake(): HandshakeState
        +host(rawCode: string): Promise~void~
        +join(rawCode: string): Promise~boolean~
        +onChange(listener: NetChangeListener): () =~ void
        +onHandshakeChange(listener: HandshakeChangeListener): () =~ void
        +place(coords: Coord): void
        +propose(action: string): boolean
+         +redo(): void
        +resetForRematch(): boolean
        +respond(accepted: boolean): boolean
        +state(): NetSessionState
        +syncEngine(): SyncEngine | null
        +undo(): void
+         +undoRedoAvail(): Object
+         +undoRedoPrompt(): UndoRedoPrompt
    }
    note for NetSession "src/net/session.ts"
    class PresenceTracker {
        +apply(signal: PresenceSignal): boolean
        +candidatePeers(): string[]
        +hasLivePeer(): boolean
        +livePeers(): string[]
    }
    note for PresenceTracker "src/net/presence.ts"
    class SyncEngine {
+         +applyAgreedUndo(): void
        +conflictForks(): Object | null
        +connect(roomCode: string): Promise~void~
        +epoch(): number
        +game(): Game
        +onChange(listener: () =~ void): () =~ void
        +onMessage(listener: (msg: ProposalMessage | ResponseMessage) =~ void): () =~ void
        +place(coords: Coord): void
        +placeLocalOnly(coords: Coord): void
        +publishHandshake(msg: ProposalMessage | ResponseMessage): void
        +publishState(): void
        +receive(msg: SyncMessage): void
+         +redo(): void
        +resetGame(newGame: Game, newMyColor: Player): void
        +status(): SyncStatus
        +undo(): void
        +whenSettled(): Promise~void~
    }
    note for SyncEngine "src/net/sync.ts"
    class SyncError {
    }
    note for SyncError "src/net/sync.ts"
    ControlPreset <|-- ResolvedCameraPreset
    Error <|-- ArchiveError
    Error <|-- ExportError
    Error <|-- IllegalMove
    Error <|-- SyncError
    GameRecord <|-- ConflictedRecord
    LineGroup <|-- ResolvedLineGroup
    Transport <|.. MockTransport
    Transport <|.. MqttTransport
